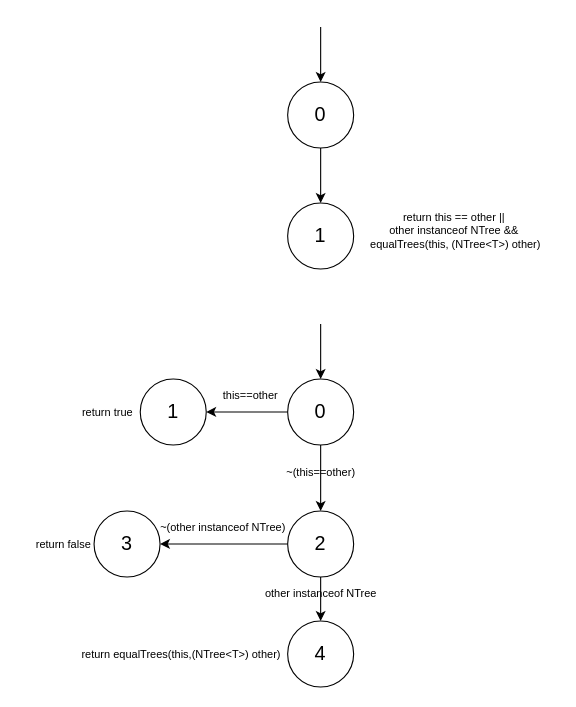
Before: diagrams/CFG_equals.drawio in AlexandreFigueired0/ArrayNTree-Tests, a draw.io diagram. Source tidied: cells renumbered, new cells numbered last; positions are measured from the earlier drawing's top-left corner, leaving out a move shared by most shapes. Both pictures are drawn from the tidied source at 110%, with x=0, y=0 at pixel (19, 26).
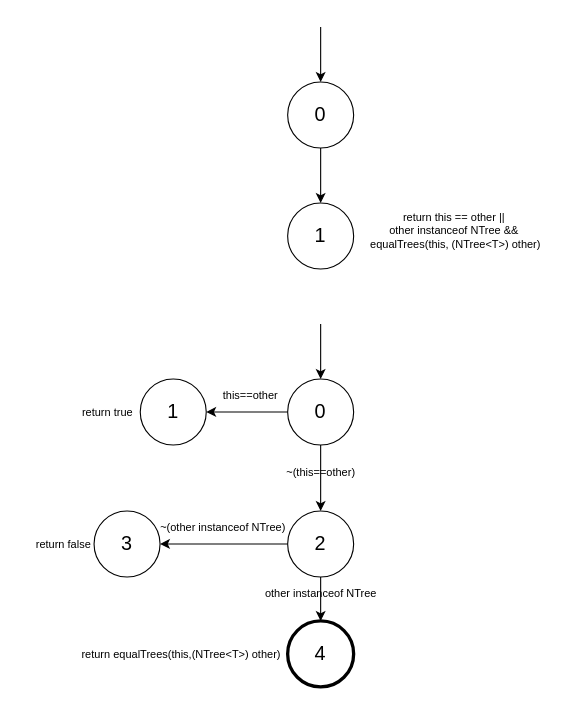
Above is the later version.

The edit, as a diff of the source:
```diff
@@
-    <mxCell id="21" value="&lt;font style=&quot;font-size: 18px;&quot;&gt;4&lt;/font&gt;" style="ellipse;whiteSpace=wrap;html=1;" parent="1" vertex="1">
+    <mxCell id="21" value="&lt;font style=&quot;font-size: 18px;&quot;&gt;4&lt;/font&gt;" style="ellipse;whiteSpace=wrap;html=1;strokeWidth=3;" parent="1" vertex="1">
       <mxGeometry x="244" y="540" width="60" height="60" as="geometry" />
     </mxCell>
```
